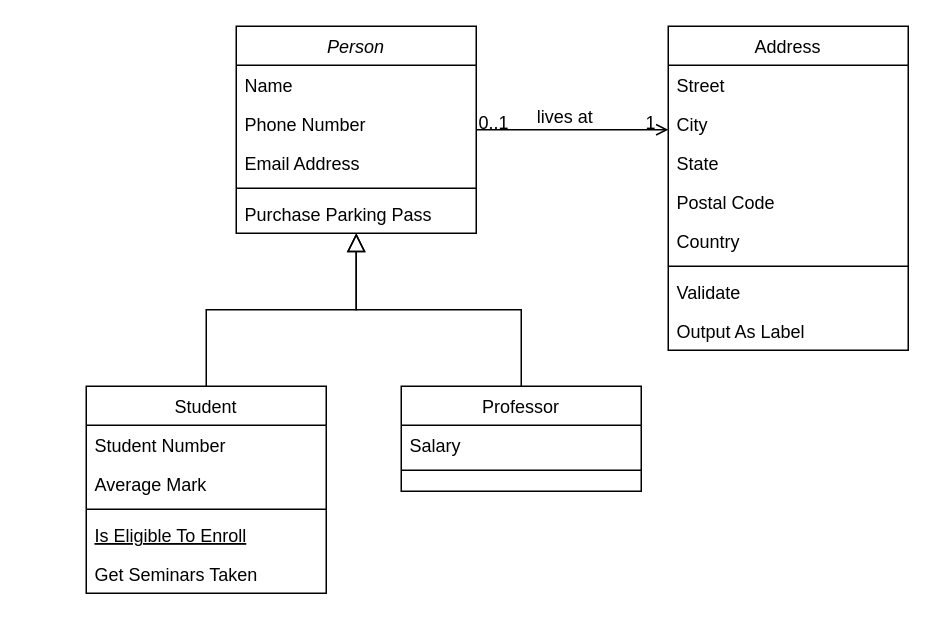
Above: Untitled Diagram.drawio in abridenbaugh/CIDM6330 (draw.io), before the change. Source tidied: cells renumbered, new cells numbered last; positions are measured from the earlier drawing's top-left corner, leaving out a move shared by most shapes. Both pictures are drawn from the tidied source at 150%, with x=0, y=0 at pixel (86, 26).
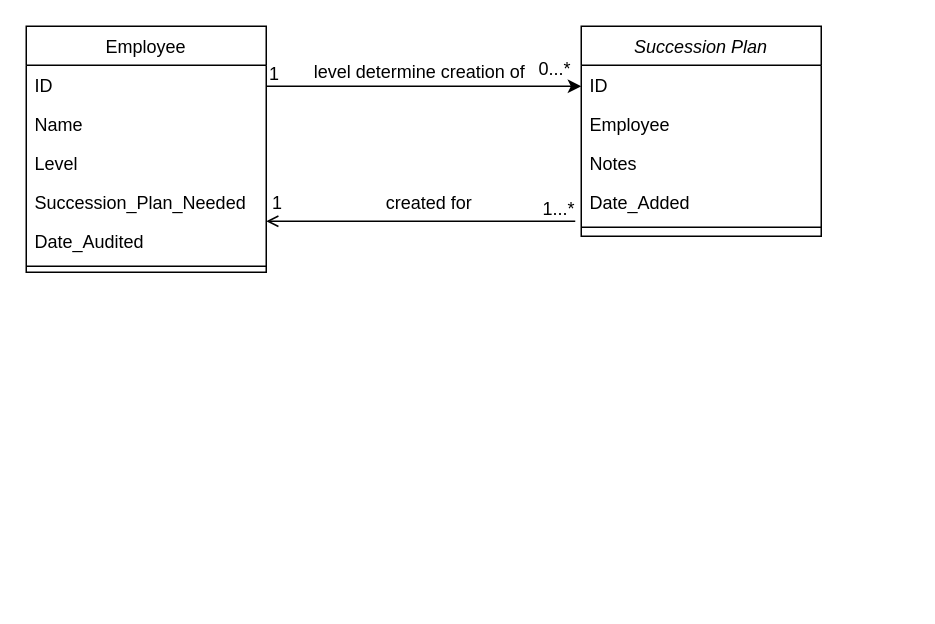
Above is the later version.

Commit message:
update final project domain diagram

Diff of the diagram source:
```diff
@@
-    <mxCell id="2" value="Person" style="swimlane;fontStyle=2;align=center;verticalAlign=top;horizontal=1;startSize=26;rounded=0;shadow=0;strokeWidth=1;" parent="1" vertex="1">
-      <mxGeometry x="100" width="160" height="138" as="geometry" />
+    <mxCell id="2" value="Succession Plan" style="swimlane;fontStyle=2;align=center;verticalAlign=top;horizontal=1;startSize=26;rounded=0;shadow=0;strokeWidth=1;" parent="1" vertex="1">
+      <mxGeometry x="330" width="160" height="140" as="geometry" />
     </mxCell>
-    <mxCell id="3" value="Name" style="text;align=left;verticalAlign=top;spacingLeft=4;spacingRight=4;overflow=hidden;" parent="2" vertex="1">
+    <mxCell id="3" value="ID" style="text;align=left;verticalAlign=top;spacingLeft=4;spacingRight=4;overflow=hidden;" parent="2" vertex="1">
       <mxGeometry y="26" width="160" height="26" as="geometry" />
     </mxCell>
-    <mxCell id="4" value="Phone Number" style="text;align=left;verticalAlign=top;spacingLeft=4;spacingRight=4;overflow=hidden;rounded=0;shadow=0;html=0;" parent="2" vertex="1">
+    <mxCell id="4" value="Employee" style="text;align=left;verticalAlign=top;spacingLeft=4;spacingRight=4;overflow=hidden;rounded=0;shadow=0;html=0;" parent="2" vertex="1">
       <mxGeometry y="52" width="160" height="26" as="geometry" />
     </mxCell>
-    <mxCell id="5" value="Email Address" style="text;align=left;verticalAlign=top;spacingLeft=4;spacingRight=4;overflow=hidden;rounded=0;shadow=0;html=0;" parent="2" vertex="1">
+    <mxCell id="5" value="Notes" style="text;align=left;verticalAlign=top;spacingLeft=4;spacingRight=4;overflow=hidden;rounded=0;shadow=0;html=0;" parent="2" vertex="1">
       <mxGeometry y="78" width="160" height="26" as="geometry" />
     </mxCell>
+    <mxCell id="7" value="Date_Added" style="text;align=left;verticalAlign=top;spacingLeft=4;spacingRight=4;overflow=hidden;" parent="2" vertex="1">
+      <mxGeometry y="104" width="160" height="26" as="geometry" />
+    </mxCell>
     <mxCell id="6" style="line;html=1;strokeWidth=1;align=left;verticalAlign=middle;spacingTop=-1;spacingLeft=3;spacingRight=3;labelPosition=right;" parent="2" vertex="1">
-      <mxGeometry y="104" width="160" height="8" as="geometry" />
+      <mxGeometry y="130" width="160" height="8" as="geometry" />
     </mxCell>
-    <mxCell id="7" value="Purchase Parking Pass" style="text;align=left;verticalAlign=top;spacingLeft=4;spacingRight=4;overflow=hidden;" parent="2" vertex="1">
-      <mxGeometry y="112" width="160" height="26" as="geometry" />
-    </mxCell>
-    <mxCell id="8" value="Student" style="swimlane;fontStyle=0;align=center;verticalAlign=top;horizontal=1;startSize=26;rounded=0;shadow=0;strokeWidth=1;" parent="1" vertex="1">
-      <mxGeometry y="240" width="160" height="138" as="geometry" />
-    </mxCell>
-    <mxCell id="9" value="Student Number" style="text;align=left;verticalAlign=top;spacingLeft=4;spacingRight=4;overflow=hidden;" parent="8" vertex="1">
-      <mxGeometry y="26" width="160" height="26" as="geometry" />
-    </mxCell>
-    <mxCell id="10" value="Average Mark" style="text;align=left;verticalAlign=top;spacingLeft=4;spacingRight=4;overflow=hidden;rounded=0;shadow=0;html=0;" parent="8" vertex="1">
-      <mxGeometry y="52" width="160" height="26" as="geometry" />
-    </mxCell>
-    <mxCell id="11" style="line;html=1;strokeWidth=1;align=left;verticalAlign=middle;spacingTop=-1;spacingLeft=3;spacingRight=3;labelPosition=right;" parent="8" vertex="1">
-      <mxGeometry y="78" width="160" height="8" as="geometry" />
-    </mxCell>
-    <mxCell id="12" value="Is Eligible To Enroll" style="text;align=left;verticalAlign=top;spacingLeft=4;spacingRight=4;overflow=hidden;fontStyle=4;" parent="8" vertex="1">
-      <mxGeometry y="86" width="160" height="26" as="geometry" />
-    </mxCell>
-    <mxCell id="13" value="Get Seminars Taken" style="text;align=left;verticalAlign=top;spacingLeft=4;spacingRight=4;overflow=hidden;" parent="8" vertex="1">
-      <mxGeometry y="112" width="160" height="26" as="geometry" />
-    </mxCell>
-    <mxCell id="14" style="endArrow=block;endSize=10;endFill=0;shadow=0;strokeWidth=1;rounded=0;curved=0;edgeStyle=elbowEdgeStyle;elbow=vertical;" parent="1" edge="1" source="8" target="2">
-      <mxGeometry relative="1" as="geometry" />
-    </mxCell>
-    <mxCell id="15" value="Professor" style="swimlane;fontStyle=0;align=center;verticalAlign=top;horizontal=1;startSize=26;rounded=0;shadow=0;strokeWidth=1;" parent="1" vertex="1">
-      <mxGeometry x="210" y="240" width="160" height="70" as="geometry" />
-    </mxCell>
-    <mxCell id="16" value="Salary" style="text;align=left;verticalAlign=top;spacingLeft=4;spacingRight=4;overflow=hidden;" parent="15" vertex="1">
-      <mxGeometry y="26" width="160" height="26" as="geometry" />
-    </mxCell>
-    <mxCell id="17" style="line;html=1;strokeWidth=1;align=left;verticalAlign=middle;spacingTop=-1;spacingLeft=3;spacingRight=3;labelPosition=right;" parent="15" vertex="1">
-      <mxGeometry y="52" width="160" height="8" as="geometry" />
-    </mxCell>
-    <mxCell id="18" style="endArrow=block;endSize=10;endFill=0;shadow=0;strokeWidth=1;rounded=0;curved=0;edgeStyle=elbowEdgeStyle;elbow=vertical;" parent="1" edge="1" source="15" target="2">
-      <mxGeometry relative="1" as="geometry" />
-    </mxCell>
-    <mxCell id="19" value="Address" style="swimlane;fontStyle=0;align=center;verticalAlign=top;horizontal=1;startSize=26;rounded=0;shadow=0;strokeWidth=1;" parent="1" vertex="1">
-      <mxGeometry x="388" width="160" height="216" as="geometry" />
+    <mxCell id="19" value="Employee" style="swimlane;fontStyle=0;align=center;verticalAlign=top;horizontal=1;startSize=26;rounded=0;shadow=0;strokeWidth=1;" parent="1" vertex="1">
+      <mxGeometry x="-40" width="160" height="164" as="geometry" />
     </mxCell>
-    <mxCell id="20" value="Street" style="text;align=left;verticalAlign=top;spacingLeft=4;spacingRight=4;overflow=hidden;" parent="19" vertex="1">
+    <mxCell id="20" value="ID " style="text;align=left;verticalAlign=top;spacingLeft=4;spacingRight=4;overflow=hidden;" parent="19" vertex="1">
       <mxGeometry y="26" width="160" height="26" as="geometry" />
     </mxCell>
-    <mxCell id="21" value="City" style="text;align=left;verticalAlign=top;spacingLeft=4;spacingRight=4;overflow=hidden;rounded=0;shadow=0;html=0;" parent="19" vertex="1">
+    <mxCell id="21" value="Name" style="text;align=left;verticalAlign=top;spacingLeft=4;spacingRight=4;overflow=hidden;rounded=0;shadow=0;html=0;" parent="19" vertex="1">
       <mxGeometry y="52" width="160" height="26" as="geometry" />
     </mxCell>
-    <mxCell id="22" value="State" style="text;align=left;verticalAlign=top;spacingLeft=4;spacingRight=4;overflow=hidden;rounded=0;shadow=0;html=0;" parent="19" vertex="1">
+    <mxCell id="22" value="Level" style="text;align=left;verticalAlign=top;spacingLeft=4;spacingRight=4;overflow=hidden;rounded=0;shadow=0;html=0;" parent="19" vertex="1">
       <mxGeometry y="78" width="160" height="26" as="geometry" />
     </mxCell>
-    <mxCell id="23" value="Postal Code" style="text;align=left;verticalAlign=top;spacingLeft=4;spacingRight=4;overflow=hidden;rounded=0;shadow=0;html=0;" parent="19" vertex="1">
+    <mxCell id="23" value="Succession_Plan_Needed" style="text;align=left;verticalAlign=top;spacingLeft=4;spacingRight=4;overflow=hidden;rounded=0;shadow=0;html=0;" parent="19" vertex="1">
       <mxGeometry y="104" width="160" height="26" as="geometry" />
     </mxCell>
-    <mxCell id="24" value="Country" style="text;align=left;verticalAlign=top;spacingLeft=4;spacingRight=4;overflow=hidden;rounded=0;shadow=0;html=0;" parent="19" vertex="1">
+    <mxCell id="24" value="Date_Audited" style="text;align=left;verticalAlign=top;spacingLeft=4;spacingRight=4;overflow=hidden;rounded=0;shadow=0;html=0;" parent="19" vertex="1">
       <mxGeometry y="130" width="160" height="26" as="geometry" />
     </mxCell>
@@
-    <mxCell id="26" value="Validate" style="text;align=left;verticalAlign=top;spacingLeft=4;spacingRight=4;overflow=hidden;" parent="19" vertex="1">
-      <mxGeometry y="164" width="160" height="26" as="geometry" />
-    </mxCell>
-    <mxCell id="27" value="Output As Label" style="text;align=left;verticalAlign=top;spacingLeft=4;spacingRight=4;overflow=hidden;" parent="19" vertex="1">
-      <mxGeometry y="190" width="160" height="26" as="geometry" />
-    </mxCell>
-    <mxCell id="28" style="endArrow=open;shadow=0;strokeWidth=1;rounded=0;curved=0;endFill=1;edgeStyle=elbowEdgeStyle;elbow=vertical;" parent="1" edge="1" source="2" target="19">
+    <mxCell id="28" style="endArrow=open;shadow=0;strokeWidth=1;rounded=0;curved=0;endFill=1;edgeStyle=elbowEdgeStyle;elbow=vertical;" parent="1" edge="1">
       <mxGeometry x="0.5" y="41" relative="1" as="geometry">
+        <mxPoint x="326" y="130" as="sourcePoint" />
+        <mxPoint x="120" y="130" as="targetPoint" />
         <mxPoint x="-40" y="32" as="offset" />
       </mxGeometry>
     </mxCell>
-    <mxCell id="29" value="0..1" style="align=left;verticalAlign=bottom;labelBackgroundColor=none;fontSize=12;" parent="28" vertex="1">
+    <mxCell id="29" value="0...*" style="align=left;verticalAlign=bottom;labelBackgroundColor=none;fontSize=12;" parent="28" vertex="1">
       <mxGeometry x="-1" relative="1" as="geometry">
-        <mxPoint y="4" as="offset" />
+        <mxPoint x="-26" y="-93" as="offset" />
       </mxGeometry>
     </mxCell>
     <mxCell id="30" value="1" style="align=right;verticalAlign=bottom;labelBackgroundColor=none;fontSize=12;" parent="28" vertex="1">
       <mxGeometry x="1" relative="1" as="geometry">
-        <mxPoint x="-7" y="4" as="offset" />
+        <mxPoint x="12" y="-4" as="offset" />
       </mxGeometry>
     </mxCell>
-    <mxCell id="31" value="lives at" style="text;html=1;align=center;verticalAlign=middle;labelBackgroundColor=none;rounded=0;shadow=0;strokeWidth=1;fontSize=12;" parent="28" vertex="1">
+    <mxCell id="31" value="created for&amp;nbsp;" style="text;html=1;align=center;verticalAlign=middle;labelBackgroundColor=none;rounded=0;shadow=0;strokeWidth=1;fontSize=12;" parent="28" vertex="1">
       <mxGeometry x="0.5" y="49" relative="1" as="geometry">
-        <mxPoint x="-38" y="40" as="offset" />
+        <mxPoint x="58" y="-62" as="offset" />
       </mxGeometry>
     </mxCell>
+    <mxCell id="32" value="1...*" style="align=right;verticalAlign=bottom;labelBackgroundColor=none;fontSize=12;" parent="1" vertex="1">
+      <mxGeometry x="260" y="130" as="geometry">
+        <mxPoint x="67" as="offset" />
+      </mxGeometry>
+    </mxCell>
+    <mxCell id="33" style="edgeStyle=orthogonalEdgeStyle;rounded=0;orthogonalLoop=1;jettySize=auto;html=1;entryX=0;entryY=0.5;entryDx=0;entryDy=0;" parent="1" edge="1">
+      <mxGeometry relative="1" as="geometry">
+        <mxPoint x="120" y="40" as="sourcePoint" />
+        <mxPoint x="330" y="40" as="targetPoint" />
+      </mxGeometry>
+    </mxCell>
+    <mxCell id="34" value="level determine creation of" style="text;html=1;align=center;verticalAlign=middle;labelBackgroundColor=none;rounded=0;shadow=0;strokeWidth=1;fontSize=12;" parent="1" vertex="1">
+      <mxGeometry x="221" y="30" as="geometry" />
+    </mxCell>
+    <mxCell id="35" value="1" style="align=right;verticalAlign=bottom;labelBackgroundColor=none;fontSize=12;" parent="1" vertex="1">
+      <mxGeometry x="130" y="40" as="geometry" />
+    </mxCell>
```
